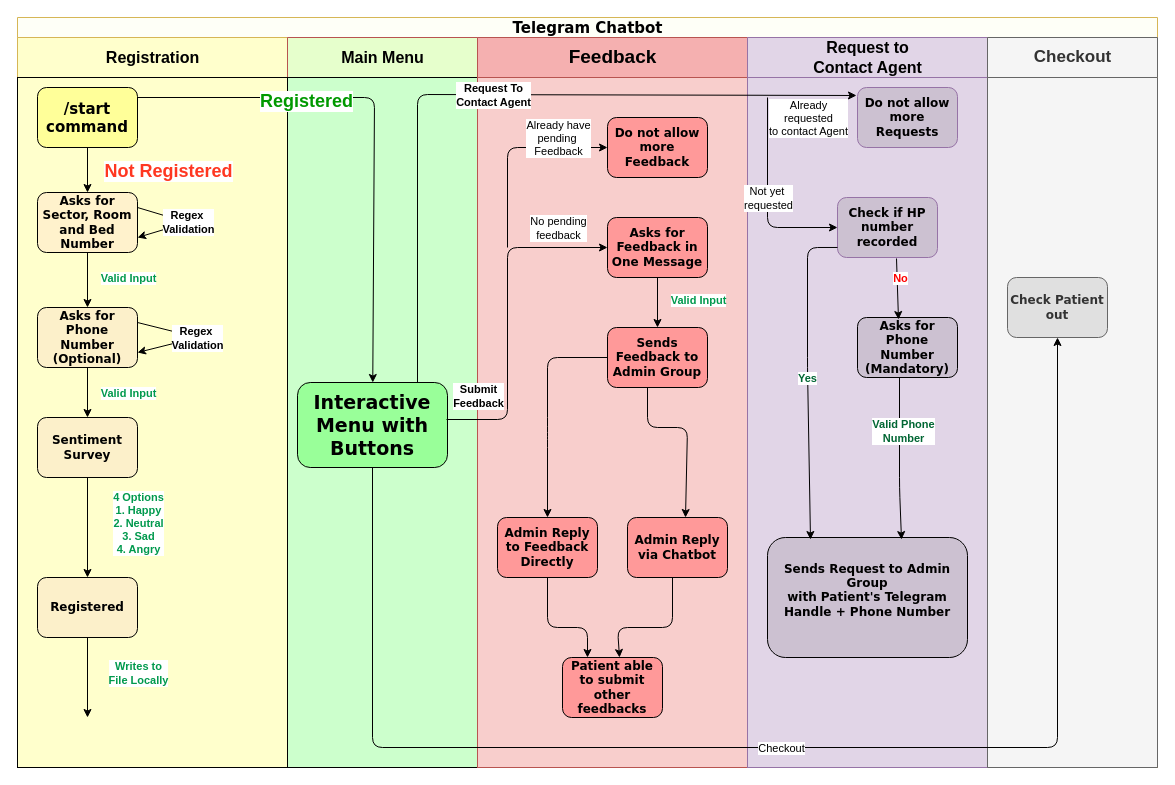
The draw.io diagram Untitled Diagram.drawio in Jackimaru96/AI-Sudoku, before the edit. Source tidied: cells renumbered, new cells numbered last; positions are measured from the earlier drawing's top-left corner, leaving out a move shared by most shapes. Both pictures are drawn from the tidied source at 100%, with x=0, y=0 at pixel (17, 17).
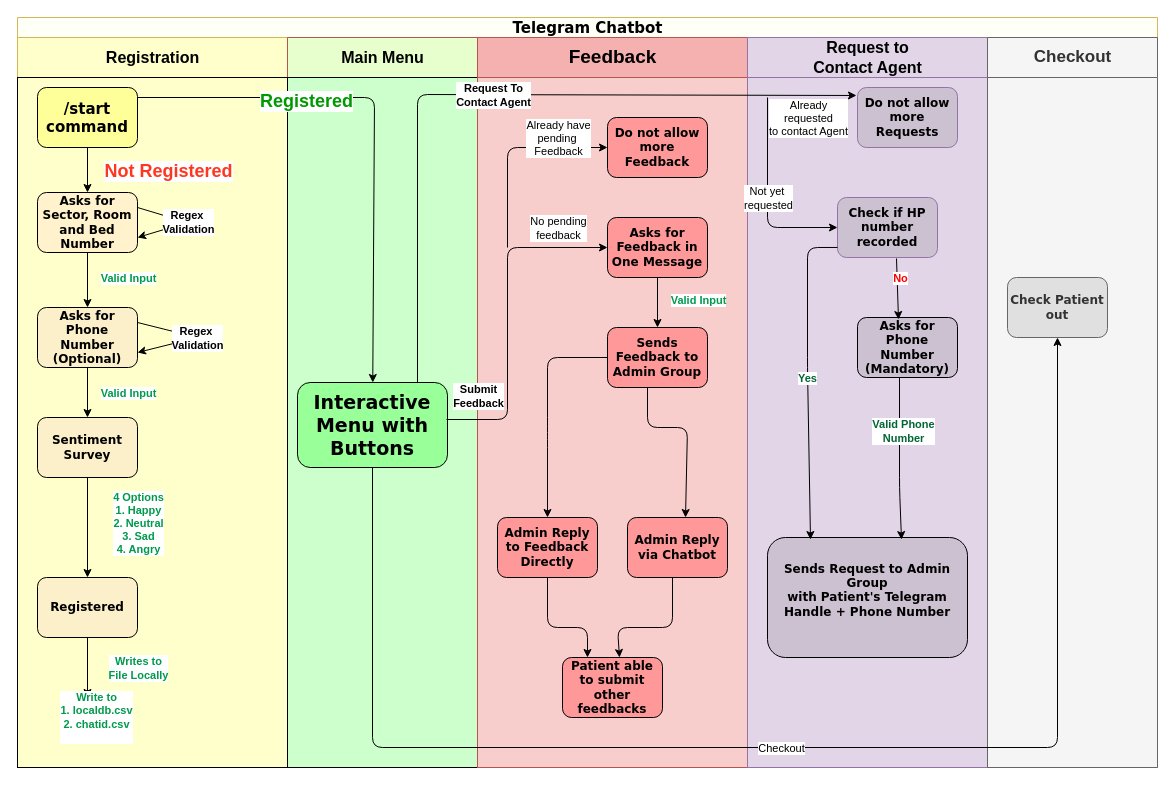
The same diagram, later.

The change refers to these unchanged cells:
```xml
<mxCell id="4" value="&lt;font style=&quot;font-size: 16px&quot;&gt;Registration&lt;/font&gt;" style="swimlane;html=1;startSize=40;strokeColor=#d6b656;fillColor=#FFFFCC;" parent="3" vertex="1">
  <mxGeometry y="20" width="270" height="730" as="geometry" />
</mxCell>
<mxCell id="8" value="&lt;b style=&quot;font-size: 12px&quot;&gt;Registered&lt;/b&gt;" style="rounded=1;whiteSpace=wrap;html=1;shadow=0;labelBackgroundColor=none;strokeWidth=1;fontFamily=Verdana;fontSize=8;align=center;fillColor=#FCF0CA;" parent="4" vertex="1">
  <mxGeometry x="20" y="540" width="100" height="60" as="geometry" />
</mxCell>
```

Diff of the diagram source:
```diff
@@
     <mxCell id="24" style="endArrow=classic;html=1;exitX=0.5;exitY=1;exitDx=0;exitDy=0;" parent="4" edge="1" source="8">
       <mxGeometry relative="1" as="geometry">
-        <mxPoint x="70" y="680" as="targetPoint" />
+        <mxPoint x="70" y="660" as="targetPoint" />
       </mxGeometry>
     </mxCell>
     <mxCell id="25" value="&lt;b&gt;&lt;font color=&quot;#00994d&quot;&gt;Writes to&lt;br&gt;File Locally&lt;br&gt;&lt;/font&gt;&lt;/b&gt;" style="edgeLabel;html=1;align=center;verticalAlign=middle;" parent="24" vertex="1">
       <mxGeometry relative="1" as="geometry">
-        <mxPoint x="50" y="-5" as="offset" />
+        <mxPoint x="50" as="offset" />
       </mxGeometry>
     </mxCell>
+    <mxCell id="70" value="&lt;b&gt;&lt;font color=&quot;#00994d&quot;&gt;Write to &lt;br&gt;1. localdb.csv&lt;br&gt;2. chatid.csv&lt;br&gt;&lt;br&gt;&lt;/font&gt;&lt;/b&gt;" style="edgeLabel;html=1;align=center;verticalAlign=middle;" parent="4" vertex="1">
+      <mxGeometry x="130" y="620" as="geometry">
+        <mxPoint x="-52" y="59" as="offset" />
+      </mxGeometry>
+    </mxCell>
```
